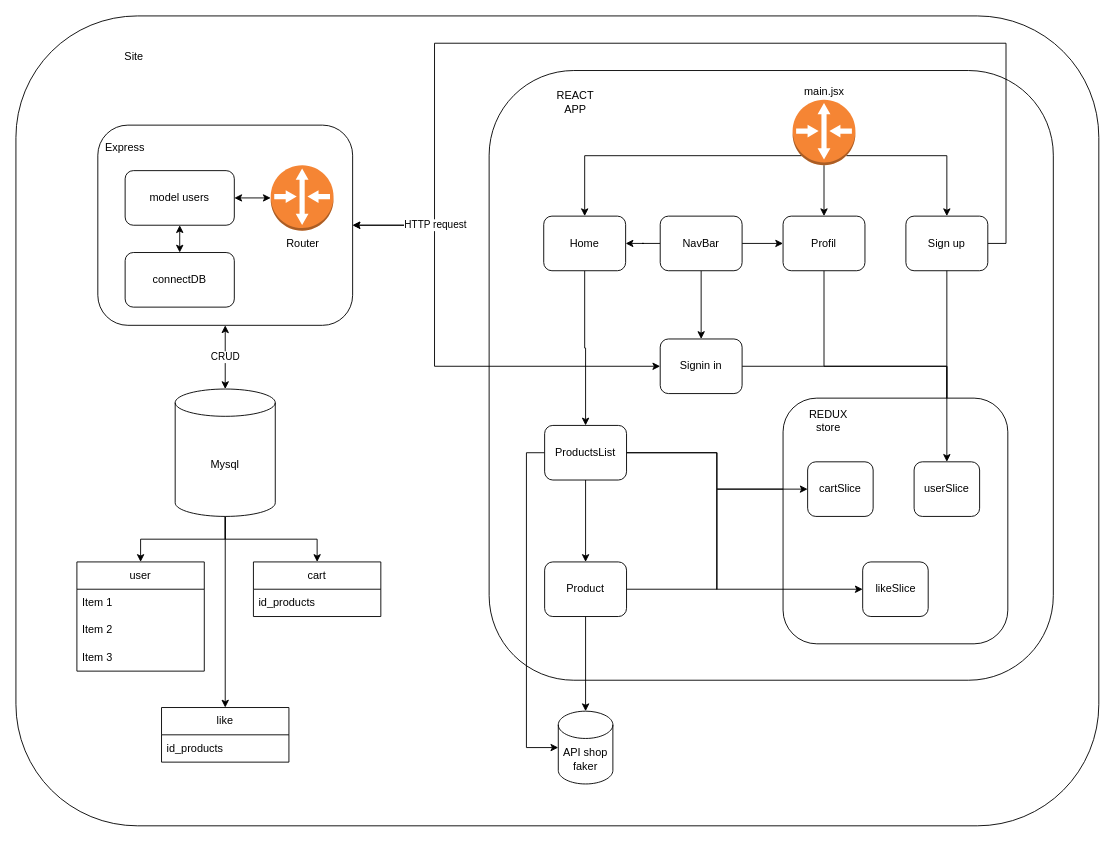
Earlier version of the draw.io diagram arborescence.drawio (Josue-Ferreira/shop-react-express). Source tidied: cells renumbered, new cells numbered last; positions are measured from the earlier drawing's top-left corner, leaving out a move shared by most shapes. Both pictures are drawn from the tidied source at 91%, with x=0, y=0 at pixel (15, 15).
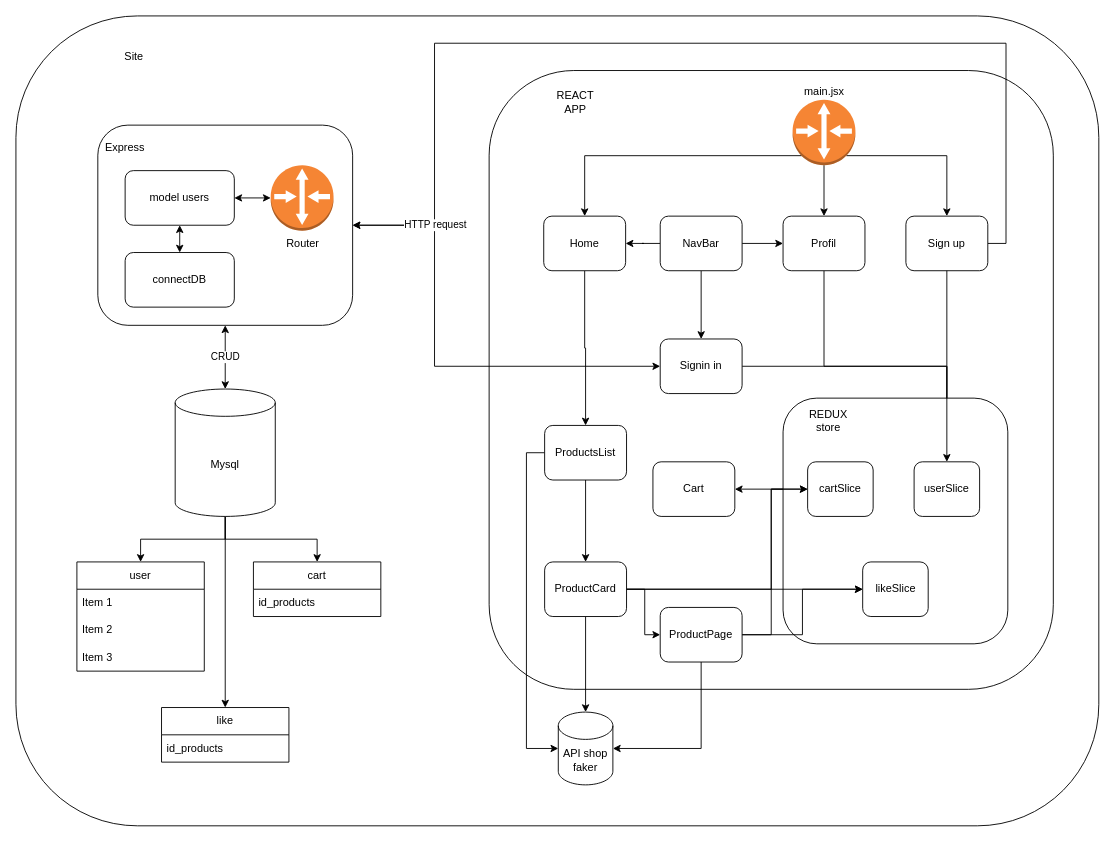
The same diagram, later.

Commit message (it also covers changes not shown here):
Mettre à jour arborescence.drawio

Unchanged cells that the change refers to:
```xml
<mxCell id="41" value="cartSlice" style="rounded=1;whiteSpace=wrap;html=1;" parent="1" vertex="1">
  <mxGeometry x="870" y="490" width="72" height="60" as="geometry" />
</mxCell>
<mxCell id="42" value="likeSlice" style="rounded=1;whiteSpace=wrap;html=1;" parent="1" vertex="1">
  <mxGeometry x="930.5" y="600" width="72" height="60" as="geometry" />
</mxCell>
<mxCell id="47" value="ProductsList" style="rounded=1;whiteSpace=wrap;html=1;" parent="1" vertex="1">
  <mxGeometry x="581" y="450" width="90" height="60" as="geometry" />
</mxCell>
```

What changed in the source:
```diff
@@
     <mxCell id="4" style="rounded=1;whiteSpace=wrap;html=1;" parent="1" vertex="1">
-      <mxGeometry x="520" y="60" width="620" height="670" as="geometry" />
+      <mxGeometry x="520" y="60" width="620" height="680" as="geometry" />
     </mxCell>
@@
+    <mxCell id="59" style="edgeStyle=orthogonalEdgeStyle;rounded=0;jettySize=auto;html=1;exitX=1;exitY=0.5;exitDx=0;exitDy=0;entryX=0;entryY=0.5;entryDx=0;entryDy=0;" parent="1" edge="1" source="36" target="65">
+      <mxGeometry relative="1" as="geometry" />
+    </mxCell>
     <mxCell id="35" style="edgeStyle=orthogonalEdgeStyle;rounded=0;jettySize=auto;html=1;exitX=1;exitY=0.5;exitDx=0;exitDy=0;entryX=0;entryY=0.5;entryDx=0;entryDy=0;" parent="1" edge="1" source="36" target="41">
-      <mxGeometry relative="1" as="geometry" />
+      <mxGeometry relative="1" as="geometry">
+        <Array as="points">
+          <mxPoint x="830" y="630" />
+          <mxPoint x="830" y="520" />
+        </Array>
+      </mxGeometry>
     </mxCell>
-    <mxCell id="36" value="Product" style="rounded=1;whiteSpace=wrap;html=1;" parent="1" vertex="1">
+    <mxCell id="36" value="ProductCard" style="rounded=1;whiteSpace=wrap;html=1;" parent="1" vertex="1">
       <mxGeometry x="581" y="600" width="90" height="60" as="geometry" />
     </mxCell>
     <mxCell id="37" value="API shop faker" style="shape=cylinder3;whiteSpace=wrap;html=1;boundedLbl=1;backgroundOutline=1;size=15;" parent="1" vertex="1">
-      <mxGeometry x="596" y="764" width="60" height="80" as="geometry" />
+      <mxGeometry x="596" y="765" width="60" height="80" as="geometry" />
     </mxCell>
@@
-    <mxCell id="45" style="edgeStyle=orthogonalEdgeStyle;rounded=0;jettySize=auto;html=1;exitX=1;exitY=0.5;exitDx=0;exitDy=0;entryX=0;entryY=0.5;entryDx=0;entryDy=0;" parent="1" edge="1" source="47" target="41">
-      <mxGeometry relative="1" as="geometry" />
-    </mxCell>
-    <mxCell id="46" style="edgeStyle=orthogonalEdgeStyle;rounded=0;jettySize=auto;html=1;exitX=1;exitY=0.5;exitDx=0;exitDy=0;entryX=0;entryY=0.5;entryDx=0;entryDy=0;" parent="1" edge="1" source="47" target="42">
-      <mxGeometry relative="1" as="geometry">
-        <Array as="points">
-          <mxPoint x="770" y="480" />
-          <mxPoint x="770" y="630" />
-        </Array>
-      </mxGeometry>
-    </mxCell>
@@
+    <mxCell id="60" style="edgeStyle=orthogonalEdgeStyle;rounded=0;jettySize=auto;html=1;exitX=1;exitY=0.5;exitDx=0;exitDy=0;entryX=0;entryY=0.5;entryDx=0;entryDy=0;startArrow=classic;startFill=1;" parent="1" edge="1" source="61" target="41">
+      <mxGeometry relative="1" as="geometry" />
+    </mxCell>
+    <mxCell id="61" value="Cart" style="rounded=1;whiteSpace=wrap;html=1;" parent="1" vertex="1">
+      <mxGeometry x="700" y="490" width="90" height="60" as="geometry" />
+    </mxCell>
+    <mxCell id="62" style="edgeStyle=orthogonalEdgeStyle;rounded=0;jettySize=auto;html=1;exitX=1;exitY=0.5;exitDx=0;exitDy=0;entryX=0;entryY=0.5;entryDx=0;entryDy=0;" parent="1" edge="1" source="65" target="42">
+      <mxGeometry relative="1" as="geometry" />
+    </mxCell>
+    <mxCell id="63" style="edgeStyle=orthogonalEdgeStyle;rounded=0;jettySize=auto;html=1;exitX=1;exitY=0.5;exitDx=0;exitDy=0;entryX=0;entryY=0.5;entryDx=0;entryDy=0;" parent="1" edge="1" source="65" target="41">
+      <mxGeometry relative="1" as="geometry">
+        <Array as="points">
+          <mxPoint x="830" y="680" />
+          <mxPoint x="830" y="520" />
+        </Array>
+      </mxGeometry>
+    </mxCell>
+    <mxCell id="64" style="edgeStyle=orthogonalEdgeStyle;rounded=0;jettySize=auto;html=1;exitX=0.5;exitY=1;exitDx=0;exitDy=0;entryX=1;entryY=0.5;entryDx=0;entryDy=0;entryPerimeter=0;" parent="1" edge="1" source="65" target="37">
+      <mxGeometry relative="1" as="geometry" />
+    </mxCell>
+    <mxCell id="65" value="ProductPage" style="rounded=1;whiteSpace=wrap;html=1;" parent="1" vertex="1">
+      <mxGeometry x="708" y="650" width="90" height="60" as="geometry" />
+    </mxCell>
+    <mxCell id="66" style="edgeStyle=orthogonalEdgeStyle;rounded=0;jettySize=auto;html=1;exitX=1;exitY=0.5;exitDx=0;exitDy=0;entryX=0;entryY=0.5;entryDx=0;entryDy=0;" parent="1" edge="1" source="36" target="42">
+      <mxGeometry relative="1" as="geometry" />
+    </mxCell>
```
